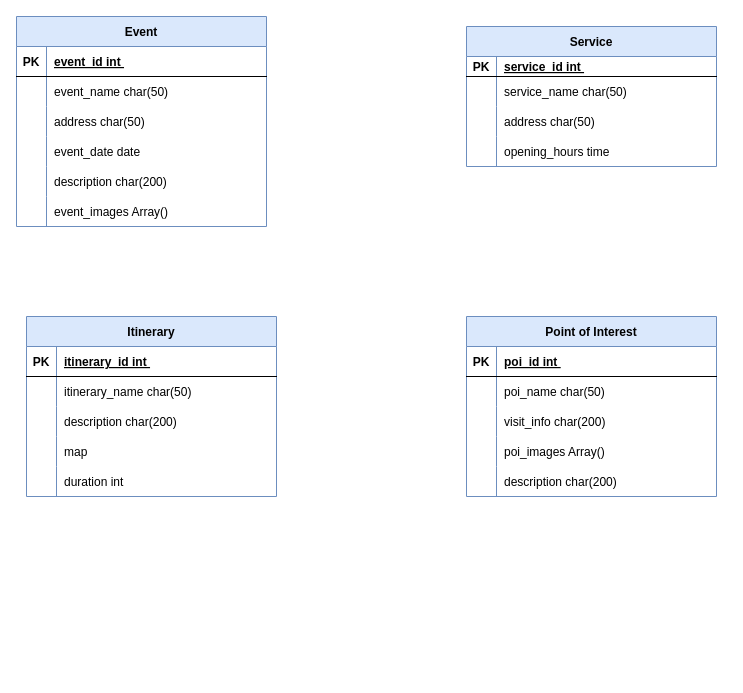
Earlier version of the draw.io diagram Design Document/DB/Logical Schema/Logical_Schema.drawio (antonypascalino/HYPE_PROJECT_2021-22). Source tidied: cells renumbered, new cells numbered last; positions are measured from the earlier drawing's top-left corner, leaving out a move shared by most shapes. Both pictures are drawn from the tidied source at 100%, with x=0, y=0 at pixel (16, 16).
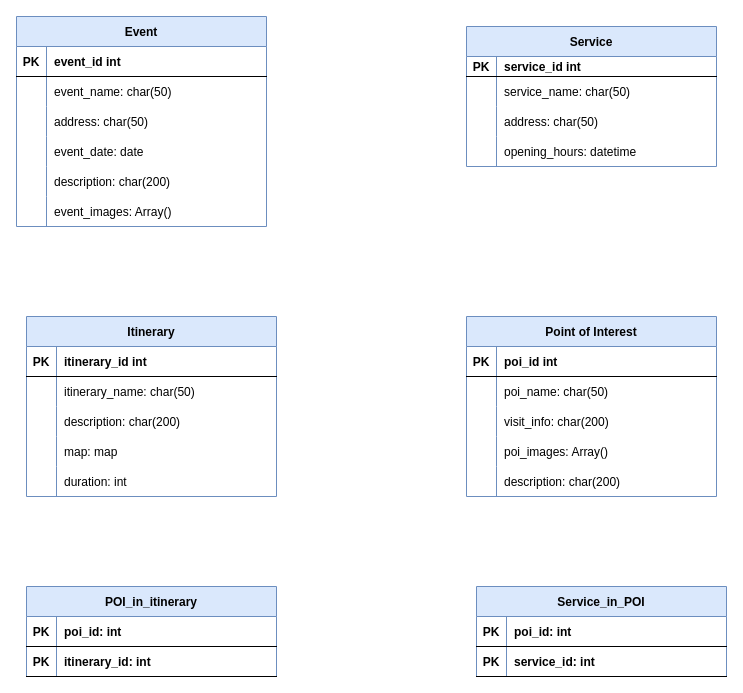
Above is the later version.

Unchanged cells that the change refers to:
```xml
<mxCell id="3" style="shape=partialRectangle;fillColor=none;top=0;left=0;right=0;bottom=1;" parent="2" vertex="1">
  <mxGeometry y="30" width="250" height="20" as="geometry" />
</mxCell>
<mxCell id="6" style="shape=partialRectangle;fillColor=none;top=0;left=0;right=0;bottom=0;" parent="2" vertex="1">
  <mxGeometry y="50" width="250" height="30" as="geometry" />
</mxCell>
<mxCell id="9" style="shape=tableRow;horizontal=0;startSize=0;swimlaneHead=0;swimlaneBody=0;fillColor=none;top=0;left=0;right=0;bottom=0;" parent="2" vertex="1">
  <mxGeometry y="80" width="250" height="30" as="geometry" />
</mxCell>
<mxCell id="12" style="shape=tableRow;horizontal=0;startSize=0;swimlaneHead=0;swimlaneBody=0;fillColor=none;top=0;left=0;right=0;bottom=0;" parent="2" vertex="1">
  <mxGeometry y="110" width="250" height="30" as="geometry" />
</mxCell>
<mxCell id="16" style="shape=partialRectangle;fillColor=none;top=0;left=0;right=0;bottom=1;" parent="15" vertex="1">
  <mxGeometry y="30" width="250" height="30" as="geometry" />
</mxCell>
<mxCell id="19" style="shape=partialRectangle;fillColor=none;top=0;left=0;right=0;bottom=0;" parent="15" vertex="1">
  <mxGeometry y="60" width="250" height="30" as="geometry" />
</mxCell>
<mxCell id="22" style="shape=partialRectangle;fillColor=none;top=0;left=0;right=0;bottom=0;" parent="15" vertex="1">
  <mxGeometry y="90" width="250" height="30" as="geometry" />
</mxCell>
<mxCell id="25" style="shape=tableRow;horizontal=0;startSize=0;swimlaneHead=0;swimlaneBody=0;fillColor=none;top=0;left=0;right=0;bottom=0;" parent="15" vertex="1">
  <mxGeometry y="120" width="250" height="30" as="geometry" />
</mxCell>
<mxCell id="28" style="shape=tableRow;horizontal=0;startSize=0;swimlaneHead=0;swimlaneBody=0;fillColor=none;top=0;left=0;right=0;bottom=0;" parent="15" vertex="1">
  <mxGeometry y="150" width="250" height="30" as="geometry" />
</mxCell>
<mxCell id="32" style="shape=partialRectangle;fillColor=none;top=0;left=0;right=0;bottom=1;" parent="31" vertex="1">
  <mxGeometry y="30" width="250" height="30" as="geometry" />
</mxCell>
<mxCell id="35" style="shape=partialRectangle;fillColor=none;top=0;left=0;right=0;bottom=0;" parent="31" vertex="1">
  <mxGeometry y="60" width="250" height="30" as="geometry" />
</mxCell>
<mxCell id="38" style="shape=partialRectangle;fillColor=none;top=0;left=0;right=0;bottom=0;" parent="31" vertex="1">
  <mxGeometry y="90" width="250" height="30" as="geometry" />
</mxCell>
<mxCell id="41" style="shape=tableRow;horizontal=0;startSize=0;swimlaneHead=0;swimlaneBody=0;fillColor=none;top=0;left=0;right=0;bottom=0;" parent="31" vertex="1">
  <mxGeometry y="120" width="250" height="30" as="geometry" />
</mxCell>
<mxCell id="44" style="shape=tableRow;horizontal=0;startSize=0;swimlaneHead=0;swimlaneBody=0;fillColor=none;top=0;left=0;right=0;bottom=0;" parent="31" vertex="1">
  <mxGeometry y="150" width="250" height="30" as="geometry" />
</mxCell>
<mxCell id="47" style="shape=tableRow;horizontal=0;startSize=0;swimlaneHead=0;swimlaneBody=0;fillColor=none;top=0;left=0;right=0;bottom=0;" parent="31" vertex="1">
  <mxGeometry y="180" width="250" height="30" as="geometry" />
</mxCell>
<mxCell id="51" style="shape=partialRectangle;fillColor=none;top=0;left=0;right=0;bottom=1;" parent="50" vertex="1">
  <mxGeometry y="30" width="250" height="30" as="geometry" />
</mxCell>
<mxCell id="54" style="shape=partialRectangle;fillColor=none;top=0;left=0;right=0;bottom=0;" parent="50" vertex="1">
  <mxGeometry y="60" width="250" height="30" as="geometry" />
</mxCell>
<mxCell id="57" style="shape=tableRow;horizontal=0;startSize=0;swimlaneHead=0;swimlaneBody=0;fillColor=none;top=0;left=0;right=0;bottom=0;" parent="50" vertex="1">
  <mxGeometry y="90" width="250" height="30" as="geometry" />
</mxCell>
<mxCell id="60" style="shape=tableRow;horizontal=0;startSize=0;swimlaneHead=0;swimlaneBody=0;fillColor=none;top=0;left=0;right=0;bottom=0;" parent="50" vertex="1">
  <mxGeometry y="120" width="250" height="30" as="geometry" />
</mxCell>
<mxCell id="63" style="shape=tableRow;horizontal=0;startSize=0;swimlaneHead=0;swimlaneBody=0;fillColor=none;top=0;left=0;right=0;bottom=0;" parent="50" vertex="1">
  <mxGeometry y="150" width="250" height="30" as="geometry" />
</mxCell>
```

Diff of the diagram source:
```diff
@@
-    <mxCell id="5" value="service_id int " style="shape=partialRectangle;overflow=hidden;fillColor=none;top=0;left=0;bottom=0;right=0;align=left;spacingLeft=6;fontStyle=5;" parent="3" vertex="1">
+    <mxCell id="5" value="service_id int " style="shape=partialRectangle;overflow=hidden;fillColor=none;top=0;left=0;bottom=0;right=0;align=left;spacingLeft=6;fontStyle=1;" parent="3" vertex="1">
       <mxGeometry x="30" width="220" height="20" as="geometry" />
     </mxCell>
@@
-    <mxCell id="8" value="service_name char(50)" style="shape=partialRectangle;overflow=hidden;fillColor=none;top=0;left=0;bottom=0;right=0;align=left;spacingLeft=6;" parent="6" vertex="1">
+    <mxCell id="8" value="service_name: char(50)" style="shape=partialRectangle;overflow=hidden;fillColor=none;top=0;left=0;bottom=0;right=0;align=left;spacingLeft=6;" parent="6" vertex="1">
       <mxGeometry x="30" width="220" height="30" as="geometry" />
     </mxCell>
@@
-    <mxCell id="11" value="address char(50)" style="shape=partialRectangle;fillColor=none;top=0;left=0;bottom=0;right=0;align=left;spacingLeft=6;overflow=hidden;" parent="9" vertex="1">
+    <mxCell id="11" value="address: char(50)" style="shape=partialRectangle;fillColor=none;top=0;left=0;bottom=0;right=0;align=left;spacingLeft=6;overflow=hidden;" parent="9" vertex="1">
       <mxGeometry x="30" width="220" height="30" as="geometry" />
     </mxCell>
@@
-    <mxCell id="14" value="opening_hours time " style="shape=partialRectangle;fillColor=none;top=0;left=0;bottom=0;right=0;align=left;spacingLeft=6;overflow=hidden;" parent="12" vertex="1">
+    <mxCell id="14" value="opening_hours: datetime " style="shape=partialRectangle;fillColor=none;top=0;left=0;bottom=0;right=0;align=left;spacingLeft=6;overflow=hidden;" parent="12" vertex="1">
       <mxGeometry x="30" width="220" height="30" as="geometry" />
     </mxCell>
@@
-    <mxCell id="18" value="poi_id int " style="shape=partialRectangle;overflow=hidden;fillColor=none;top=0;left=0;bottom=0;right=0;align=left;spacingLeft=6;fontStyle=5;" parent="16" vertex="1">
+    <mxCell id="18" value="poi_id int " style="shape=partialRectangle;overflow=hidden;fillColor=none;top=0;left=0;bottom=0;right=0;align=left;spacingLeft=6;fontStyle=1;" parent="16" vertex="1">
       <mxGeometry x="30" width="220" height="30" as="geometry" />
     </mxCell>
@@
-    <mxCell id="21" value="poi_name char(50)" style="shape=partialRectangle;overflow=hidden;fillColor=none;top=0;left=0;bottom=0;right=0;align=left;spacingLeft=6;" parent="19" vertex="1">
+    <mxCell id="21" value="poi_name: char(50)" style="shape=partialRectangle;overflow=hidden;fillColor=none;top=0;left=0;bottom=0;right=0;align=left;spacingLeft=6;" parent="19" vertex="1">
       <mxGeometry x="30" width="220" height="30" as="geometry" />
     </mxCell>
@@
-    <mxCell id="24" value="visit_info char(200)" style="shape=partialRectangle;overflow=hidden;fillColor=none;top=0;left=0;bottom=0;right=0;align=left;spacingLeft=6;" parent="22" vertex="1">
+    <mxCell id="24" value="visit_info: char(200)" style="shape=partialRectangle;overflow=hidden;fillColor=none;top=0;left=0;bottom=0;right=0;align=left;spacingLeft=6;" parent="22" vertex="1">
       <mxGeometry x="30" width="220" height="30" as="geometry" />
     </mxCell>
@@
-    <mxCell id="27" value="poi_images Array()" style="shape=partialRectangle;fillColor=none;top=0;left=0;bottom=0;right=0;align=left;spacingLeft=6;overflow=hidden;" parent="25" vertex="1">
+    <mxCell id="27" value="poi_images: Array()" style="shape=partialRectangle;fillColor=none;top=0;left=0;bottom=0;right=0;align=left;spacingLeft=6;overflow=hidden;" parent="25" vertex="1">
       <mxGeometry x="30" width="220" height="30" as="geometry" />
     </mxCell>
@@
-    <mxCell id="30" value="description char(200)" style="shape=partialRectangle;fillColor=none;top=0;left=0;bottom=0;right=0;align=left;spacingLeft=6;overflow=hidden;" parent="28" vertex="1">
+    <mxCell id="30" value="description: char(200)" style="shape=partialRectangle;fillColor=none;top=0;left=0;bottom=0;right=0;align=left;spacingLeft=6;overflow=hidden;" parent="28" vertex="1">
       <mxGeometry x="30" width="220" height="30" as="geometry" />
     </mxCell>
@@
-    <mxCell id="34" value="event_id int " style="shape=partialRectangle;overflow=hidden;fillColor=none;top=0;left=0;bottom=0;right=0;align=left;spacingLeft=6;fontStyle=5;" parent="32" vertex="1">
+    <mxCell id="34" value="event_id int " style="shape=partialRectangle;overflow=hidden;fillColor=none;top=0;left=0;bottom=0;right=0;align=left;spacingLeft=6;fontStyle=1;" parent="32" vertex="1">
       <mxGeometry x="30" width="220" height="30" as="geometry" />
     </mxCell>
@@
-    <mxCell id="37" value="event_name char(50) " style="shape=partialRectangle;overflow=hidden;fillColor=none;top=0;left=0;bottom=0;right=0;align=left;spacingLeft=6;" parent="35" vertex="1">
+    <mxCell id="37" value="event_name: char(50) " style="shape=partialRectangle;overflow=hidden;fillColor=none;top=0;left=0;bottom=0;right=0;align=left;spacingLeft=6;" parent="35" vertex="1">
       <mxGeometry x="30" width="220" height="30" as="geometry" />
     </mxCell>
@@
-    <mxCell id="40" value="address char(50)" style="shape=partialRectangle;overflow=hidden;fillColor=none;top=0;left=0;bottom=0;right=0;align=left;spacingLeft=6;" parent="38" vertex="1">
+    <mxCell id="40" value="address: char(50)" style="shape=partialRectangle;overflow=hidden;fillColor=none;top=0;left=0;bottom=0;right=0;align=left;spacingLeft=6;" parent="38" vertex="1">
       <mxGeometry x="30" width="220" height="30" as="geometry" />
     </mxCell>
@@
-    <mxCell id="43" value="event_date date " style="shape=partialRectangle;fillColor=none;top=0;left=0;bottom=0;right=0;align=left;spacingLeft=6;overflow=hidden;" parent="41" vertex="1">
+    <mxCell id="43" value="event_date: date " style="shape=partialRectangle;fillColor=none;top=0;left=0;bottom=0;right=0;align=left;spacingLeft=6;overflow=hidden;" parent="41" vertex="1">
       <mxGeometry x="30" width="220" height="30" as="geometry" />
     </mxCell>
@@
-    <mxCell id="46" value="description char(200)" style="shape=partialRectangle;fillColor=none;top=0;left=0;bottom=0;right=0;align=left;spacingLeft=6;overflow=hidden;" parent="44" vertex="1">
+    <mxCell id="46" value="description: char(200)" style="shape=partialRectangle;fillColor=none;top=0;left=0;bottom=0;right=0;align=left;spacingLeft=6;overflow=hidden;" parent="44" vertex="1">
       <mxGeometry x="30" width="220" height="30" as="geometry" />
     </mxCell>
@@
-    <mxCell id="49" value="event_images Array()" style="shape=partialRectangle;fillColor=none;top=0;left=0;bottom=0;right=0;align=left;spacingLeft=6;overflow=hidden;" parent="47" vertex="1">
+    <mxCell id="49" value="event_images: Array()" style="shape=partialRectangle;fillColor=none;top=0;left=0;bottom=0;right=0;align=left;spacingLeft=6;overflow=hidden;" parent="47" vertex="1">
       <mxGeometry x="30" width="220" height="30" as="geometry" />
     </mxCell>
@@
-    <mxCell id="53" value="itinerary_id int " style="shape=partialRectangle;overflow=hidden;fillColor=none;top=0;left=0;bottom=0;right=0;align=left;spacingLeft=6;fontStyle=5;" parent="51" vertex="1">
+    <mxCell id="53" value="itinerary_id int " style="shape=partialRectangle;overflow=hidden;fillColor=none;top=0;left=0;bottom=0;right=0;align=left;spacingLeft=6;fontStyle=1;" parent="51" vertex="1">
       <mxGeometry x="30" width="220" height="30" as="geometry" />
     </mxCell>
@@
-    <mxCell id="56" value="itinerary_name char(50)" style="shape=partialRectangle;overflow=hidden;fillColor=none;top=0;left=0;bottom=0;right=0;align=left;spacingLeft=6;" parent="54" vertex="1">
+    <mxCell id="56" value="itinerary_name: char(50)" style="shape=partialRectangle;overflow=hidden;fillColor=none;top=0;left=0;bottom=0;right=0;align=left;spacingLeft=6;" parent="54" vertex="1">
       <mxGeometry x="30" width="220" height="30" as="geometry" />
     </mxCell>
@@
-    <mxCell id="59" value="description char(200)" style="shape=partialRectangle;fillColor=none;top=0;left=0;bottom=0;right=0;align=left;spacingLeft=6;overflow=hidden;" parent="57" vertex="1">
+    <mxCell id="59" value="description: char(200)" style="shape=partialRectangle;fillColor=none;top=0;left=0;bottom=0;right=0;align=left;spacingLeft=6;overflow=hidden;" parent="57" vertex="1">
       <mxGeometry x="30" width="220" height="30" as="geometry" />
     </mxCell>
@@
-    <mxCell id="62" value="map " style="shape=partialRectangle;fillColor=none;top=0;left=0;bottom=0;right=0;align=left;spacingLeft=6;overflow=hidden;" parent="60" vertex="1">
+    <mxCell id="62" value="map: map" style="shape=partialRectangle;fillColor=none;top=0;left=0;bottom=0;right=0;align=left;spacingLeft=6;overflow=hidden;" parent="60" vertex="1">
       <mxGeometry x="30" width="220" height="30" as="geometry" />
     </mxCell>
@@
-    <mxCell id="65" value="duration int" style="shape=partialRectangle;fillColor=none;top=0;left=0;bottom=0;right=0;align=left;spacingLeft=6;overflow=hidden;" parent="63" vertex="1">
+    <mxCell id="65" value="duration: int" style="shape=partialRectangle;fillColor=none;top=0;left=0;bottom=0;right=0;align=left;spacingLeft=6;overflow=hidden;" parent="63" vertex="1">
       <mxGeometry x="30" width="220" height="30" as="geometry" />
     </mxCell>
+    <mxCell id="66" value="POI_in_itinerary" style="shape=table;startSize=30;childLayout=tableLayout;rowLines=0;fontStyle=1;align=center;fillColor=#dae8fc;strokeColor=#6c8ebf;" parent="1" vertex="1">
+      <mxGeometry x="10" y="570" width="250" height="90" as="geometry" />
+    </mxCell>
+    <mxCell id="67" style="shape=partialRectangle;fillColor=none;top=0;left=0;right=0;bottom=1;" parent="66" vertex="1">
+      <mxGeometry y="30" width="250" height="30" as="geometry" />
+    </mxCell>
+    <mxCell id="68" value="PK" style="shape=partialRectangle;overflow=hidden;fillColor=none;top=0;left=0;bottom=0;right=0;fontStyle=1;" parent="67" vertex="1">
+      <mxGeometry width="30" height="30" as="geometry" />
+    </mxCell>
+    <mxCell id="69" value="poi_id: int " style="shape=partialRectangle;overflow=hidden;fillColor=none;top=0;left=0;bottom=0;right=0;align=left;spacingLeft=6;fontStyle=1;" parent="67" vertex="1">
+      <mxGeometry x="30" width="220" height="30" as="geometry" />
+    </mxCell>
+    <mxCell id="70" style="shape=tableRow;horizontal=0;startSize=0;swimlaneHead=0;swimlaneBody=0;fillColor=none;top=0;left=0;right=0;bottom=1;" parent="66" vertex="1">
+      <mxGeometry y="60" width="250" height="30" as="geometry" />
+    </mxCell>
+    <mxCell id="71" value="PK" style="shape=partialRectangle;fillColor=none;top=0;left=0;bottom=0;right=0;fontStyle=1;overflow=hidden;" parent="70" vertex="1">
+      <mxGeometry width="30" height="30" as="geometry" />
+    </mxCell>
+    <mxCell id="72" value="itinerary_id: int" style="shape=partialRectangle;fillColor=none;top=0;left=0;bottom=0;right=0;align=left;spacingLeft=6;fontStyle=1;overflow=hidden;" parent="70" vertex="1">
+      <mxGeometry x="30" width="220" height="30" as="geometry" />
+    </mxCell>
+    <mxCell id="73" value="Service_in_POI" style="shape=table;startSize=30;childLayout=tableLayout;rowLines=0;fontStyle=1;align=center;fillColor=#dae8fc;strokeColor=#6c8ebf;" parent="1" vertex="1">
+      <mxGeometry x="460" y="570" width="250" height="90" as="geometry" />
+    </mxCell>
+    <mxCell id="74" style="shape=partialRectangle;fillColor=none;top=0;left=0;right=0;bottom=1;" parent="73" vertex="1">
+      <mxGeometry y="30" width="250" height="30" as="geometry" />
+    </mxCell>
+    <mxCell id="75" value="PK" style="shape=partialRectangle;overflow=hidden;fillColor=none;top=0;left=0;bottom=0;right=0;fontStyle=1;" parent="74" vertex="1">
+      <mxGeometry width="30" height="30" as="geometry" />
+    </mxCell>
+    <mxCell id="76" value="poi_id: int " style="shape=partialRectangle;overflow=hidden;fillColor=none;top=0;left=0;bottom=0;right=0;align=left;spacingLeft=6;fontStyle=1;" parent="74" vertex="1">
+      <mxGeometry x="30" width="220" height="30" as="geometry" />
+    </mxCell>
+    <mxCell id="77" style="shape=tableRow;horizontal=0;startSize=0;swimlaneHead=0;swimlaneBody=0;fillColor=none;top=0;left=0;right=0;bottom=1;" parent="73" vertex="1">
+      <mxGeometry y="60" width="250" height="30" as="geometry" />
+    </mxCell>
+    <mxCell id="78" value="PK" style="shape=partialRectangle;fillColor=none;top=0;left=0;bottom=0;right=0;fontStyle=1;overflow=hidden;" parent="77" vertex="1">
+      <mxGeometry width="30" height="30" as="geometry" />
+    </mxCell>
+    <mxCell id="79" value="service_id: int" style="shape=partialRectangle;fillColor=none;top=0;left=0;bottom=0;right=0;align=left;spacingLeft=6;fontStyle=1;overflow=hidden;" parent="77" vertex="1">
+      <mxGeometry x="30" width="220" height="30" as="geometry" />
+    </mxCell>
```
